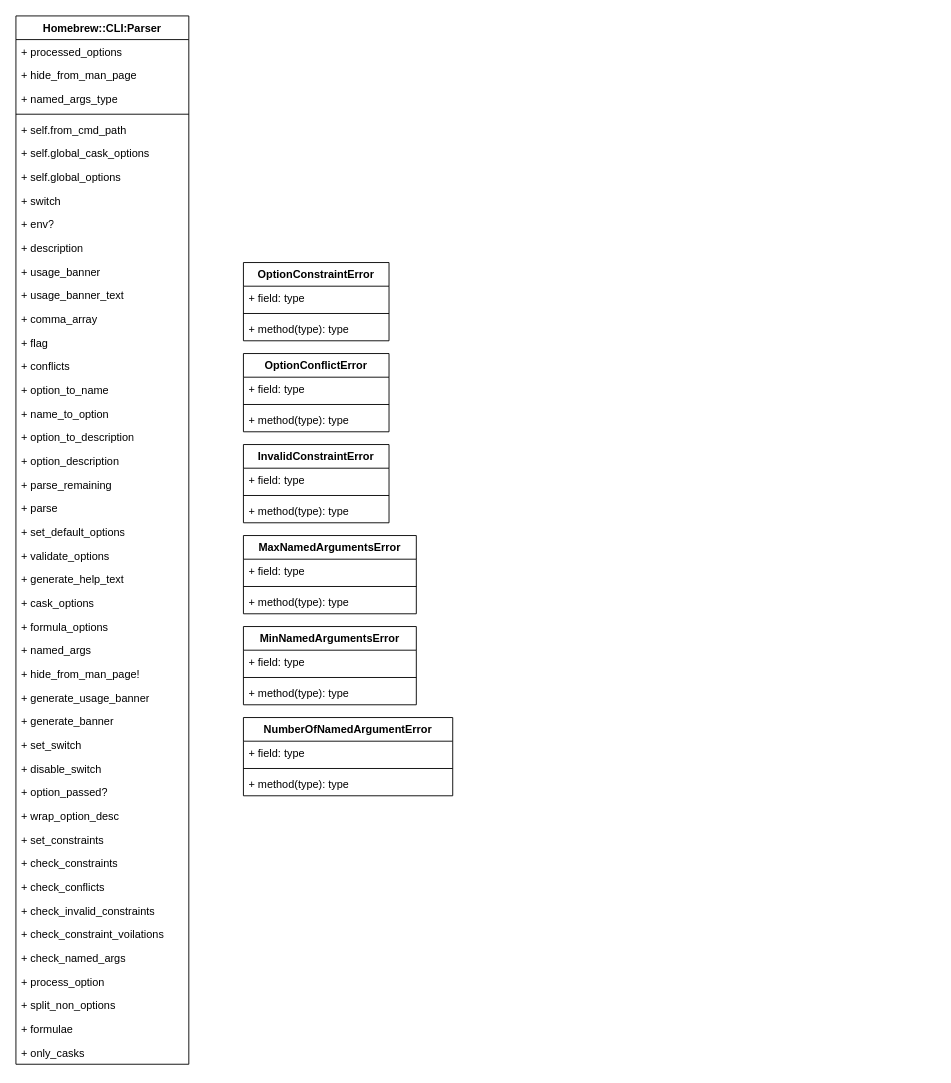
This is homebrew-cli.drawio from baochuquan/drawio, a draw.io file, before an edit. Source tidied: cells renumbered, new cells numbered last; positions are measured from the earlier drawing's top-left corner, leaving out a move shared by most shapes. Both pictures are drawn from the tidied source at 91%, with x=0, y=0 at pixel (15, 15).
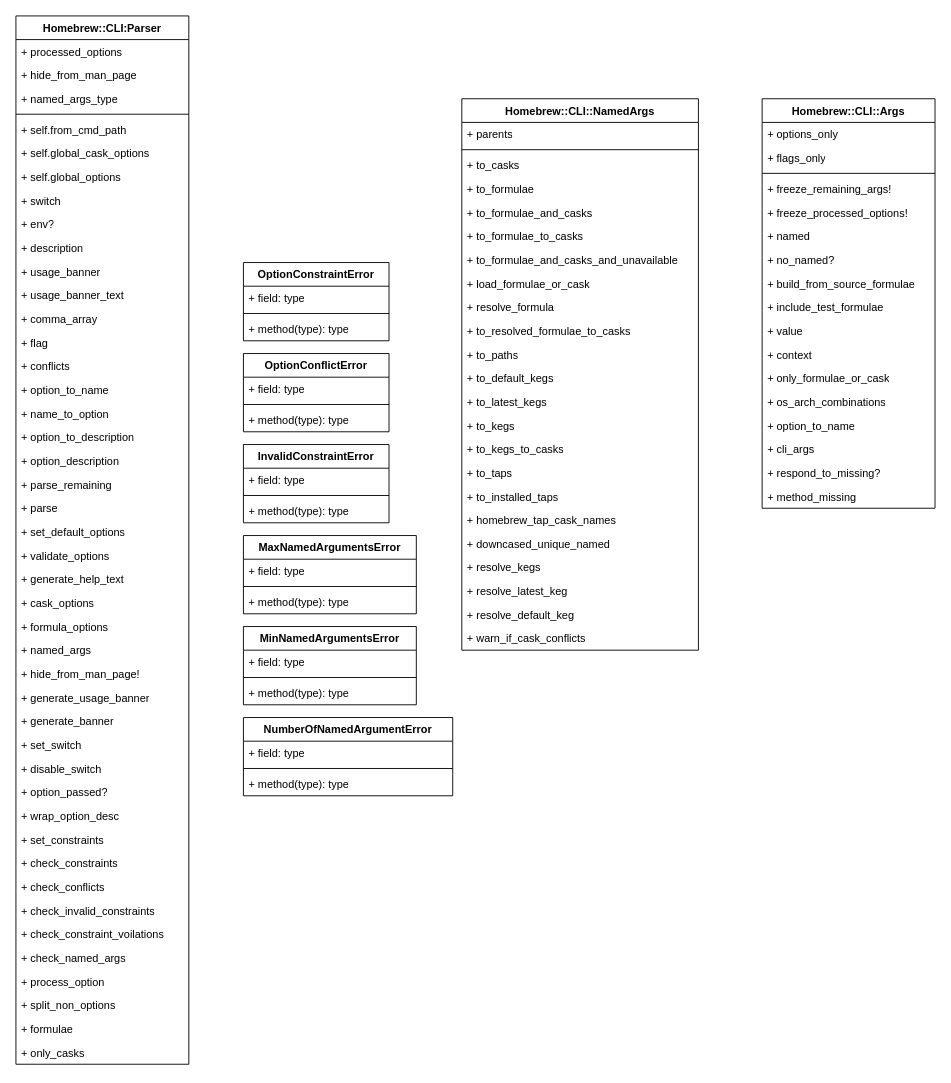
The same page after the edit.

Diff of the diagram source:
```diff
@@
+    <mxCell id="71" value="Homebrew::CLI::NamedArgs" style="swimlane;fontStyle=1;align=center;verticalAlign=top;horizontal=1;startSize=26;whiteSpace=wrap;html=1;" parent="1" vertex="1">
+      <mxGeometry x="490" y="91" width="260" height="606" as="geometry" />
+    </mxCell>
+    <mxCell id="72" value="+ parents" style="text;strokeColor=none;fillColor=none;align=left;verticalAlign=top;spacingLeft=4;spacingRight=4;overflow=hidden;whiteSpace=wrap;html=1;" parent="71" vertex="1">
+      <mxGeometry y="26" width="260" height="26" as="geometry" />
+    </mxCell>
+    <mxCell id="73" style="line;strokeWidth=1;fillColor=none;align=left;verticalAlign=middle;spacingTop=-1;spacingLeft=3;spacingRight=3;labelPosition=right;strokeColor=inherit;" parent="71" vertex="1">
+      <mxGeometry y="52" width="260" height="8" as="geometry" />
+    </mxCell>
+    <mxCell id="74" value="+ to_casks" style="text;strokeColor=none;fillColor=none;align=left;verticalAlign=top;spacingLeft=4;spacingRight=4;overflow=hidden;whiteSpace=wrap;html=1;" parent="71" vertex="1">
+      <mxGeometry y="60" width="260" height="26" as="geometry" />
+    </mxCell>
+    <mxCell id="75" value="+ to_formulae" style="text;strokeColor=none;fillColor=none;align=left;verticalAlign=top;spacingLeft=4;spacingRight=4;overflow=hidden;whiteSpace=wrap;html=1;" parent="71" vertex="1">
+      <mxGeometry y="86" width="260" height="26" as="geometry" />
+    </mxCell>
+    <mxCell id="76" value="+ to_formulae_and_casks" style="text;strokeColor=none;fillColor=none;align=left;verticalAlign=top;spacingLeft=4;spacingRight=4;overflow=hidden;whiteSpace=wrap;html=1;" parent="71" vertex="1">
+      <mxGeometry y="112" width="260" height="26" as="geometry" />
+    </mxCell>
+    <mxCell id="77" value="+ to_formulae_to_casks" style="text;strokeColor=none;fillColor=none;align=left;verticalAlign=top;spacingLeft=4;spacingRight=4;overflow=hidden;whiteSpace=wrap;html=1;" parent="71" vertex="1">
+      <mxGeometry y="138" width="260" height="26" as="geometry" />
+    </mxCell>
+    <mxCell id="78" value="+ to_formulae_and_casks_and_unavailable" style="text;strokeColor=none;fillColor=none;align=left;verticalAlign=top;spacingLeft=4;spacingRight=4;overflow=hidden;whiteSpace=wrap;html=1;" parent="71" vertex="1">
+      <mxGeometry y="164" width="260" height="26" as="geometry" />
+    </mxCell>
+    <mxCell id="79" value="+ load_formulae_or_cask" style="text;strokeColor=none;fillColor=none;align=left;verticalAlign=top;spacingLeft=4;spacingRight=4;overflow=hidden;whiteSpace=wrap;html=1;" parent="71" vertex="1">
+      <mxGeometry y="190" width="260" height="26" as="geometry" />
+    </mxCell>
+    <mxCell id="80" value="+ resolve_formula" style="text;strokeColor=none;fillColor=none;align=left;verticalAlign=top;spacingLeft=4;spacingRight=4;overflow=hidden;whiteSpace=wrap;html=1;" parent="71" vertex="1">
+      <mxGeometry y="216" width="260" height="26" as="geometry" />
+    </mxCell>
+    <mxCell id="81" value="+ to_resolved_formulae_to_casks" style="text;strokeColor=none;fillColor=none;align=left;verticalAlign=top;spacingLeft=4;spacingRight=4;overflow=hidden;whiteSpace=wrap;html=1;" parent="71" vertex="1">
+      <mxGeometry y="242" width="260" height="26" as="geometry" />
+    </mxCell>
+    <mxCell id="82" value="+ to_paths" style="text;strokeColor=none;fillColor=none;align=left;verticalAlign=top;spacingLeft=4;spacingRight=4;overflow=hidden;whiteSpace=wrap;html=1;" parent="71" vertex="1">
+      <mxGeometry y="268" width="260" height="26" as="geometry" />
+    </mxCell>
+    <mxCell id="83" value="+ to_default_kegs" style="text;strokeColor=none;fillColor=none;align=left;verticalAlign=top;spacingLeft=4;spacingRight=4;overflow=hidden;whiteSpace=wrap;html=1;" parent="71" vertex="1">
+      <mxGeometry y="294" width="260" height="26" as="geometry" />
+    </mxCell>
+    <mxCell id="84" value="+ to_latest_kegs" style="text;strokeColor=none;fillColor=none;align=left;verticalAlign=top;spacingLeft=4;spacingRight=4;overflow=hidden;whiteSpace=wrap;html=1;" parent="71" vertex="1">
+      <mxGeometry y="320" width="260" height="26" as="geometry" />
+    </mxCell>
+    <mxCell id="85" value="+ to_kegs" style="text;strokeColor=none;fillColor=none;align=left;verticalAlign=top;spacingLeft=4;spacingRight=4;overflow=hidden;whiteSpace=wrap;html=1;" parent="71" vertex="1">
+      <mxGeometry y="346" width="260" height="26" as="geometry" />
+    </mxCell>
+    <mxCell id="86" value="+ to_kegs_to_casks" style="text;strokeColor=none;fillColor=none;align=left;verticalAlign=top;spacingLeft=4;spacingRight=4;overflow=hidden;whiteSpace=wrap;html=1;" parent="71" vertex="1">
+      <mxGeometry y="372" width="260" height="26" as="geometry" />
+    </mxCell>
+    <mxCell id="87" value="+ to_taps" style="text;strokeColor=none;fillColor=none;align=left;verticalAlign=top;spacingLeft=4;spacingRight=4;overflow=hidden;whiteSpace=wrap;html=1;" parent="71" vertex="1">
+      <mxGeometry y="398" width="260" height="26" as="geometry" />
+    </mxCell>
+    <mxCell id="88" value="+ to_installed_taps" style="text;strokeColor=none;fillColor=none;align=left;verticalAlign=top;spacingLeft=4;spacingRight=4;overflow=hidden;whiteSpace=wrap;html=1;" parent="71" vertex="1">
+      <mxGeometry y="424" width="260" height="26" as="geometry" />
+    </mxCell>
+    <mxCell id="89" value="+ homebrew_tap_cask_names" style="text;strokeColor=none;fillColor=none;align=left;verticalAlign=top;spacingLeft=4;spacingRight=4;overflow=hidden;whiteSpace=wrap;html=1;" parent="71" vertex="1">
+      <mxGeometry y="450" width="260" height="26" as="geometry" />
+    </mxCell>
+    <mxCell id="90" value="+ downcased_unique_named" style="text;strokeColor=none;fillColor=none;align=left;verticalAlign=top;spacingLeft=4;spacingRight=4;overflow=hidden;whiteSpace=wrap;html=1;" parent="71" vertex="1">
+      <mxGeometry y="476" width="260" height="26" as="geometry" />
+    </mxCell>
+    <mxCell id="91" value="+ resolve_kegs" style="text;strokeColor=none;fillColor=none;align=left;verticalAlign=top;spacingLeft=4;spacingRight=4;overflow=hidden;whiteSpace=wrap;html=1;" parent="71" vertex="1">
+      <mxGeometry y="502" width="260" height="26" as="geometry" />
+    </mxCell>
+    <mxCell id="92" value="+ resolve_latest_keg" style="text;strokeColor=none;fillColor=none;align=left;verticalAlign=top;spacingLeft=4;spacingRight=4;overflow=hidden;whiteSpace=wrap;html=1;" parent="71" vertex="1">
+      <mxGeometry y="528" width="260" height="26" as="geometry" />
+    </mxCell>
+    <mxCell id="93" value="+ resolve_default_keg" style="text;strokeColor=none;fillColor=none;align=left;verticalAlign=top;spacingLeft=4;spacingRight=4;overflow=hidden;whiteSpace=wrap;html=1;" parent="71" vertex="1">
+      <mxGeometry y="554" width="260" height="26" as="geometry" />
+    </mxCell>
+    <mxCell id="94" value="+ warn_if_cask_conflicts" style="text;strokeColor=none;fillColor=none;align=left;verticalAlign=top;spacingLeft=4;spacingRight=4;overflow=hidden;whiteSpace=wrap;html=1;" parent="71" vertex="1">
+      <mxGeometry y="580" width="260" height="26" as="geometry" />
+    </mxCell>
+    <mxCell id="95" value="Homebrew::CLI::Args" style="swimlane;fontStyle=1;align=center;verticalAlign=top;horizontal=1;startSize=26;whiteSpace=wrap;html=1;" parent="1" vertex="1">
+      <mxGeometry x="820" y="91" width="190" height="450" as="geometry" />
+    </mxCell>
+    <mxCell id="96" value="+ options_only" style="text;strokeColor=none;fillColor=none;align=left;verticalAlign=top;spacingLeft=4;spacingRight=4;overflow=hidden;whiteSpace=wrap;html=1;" parent="95" vertex="1">
+      <mxGeometry y="26" width="190" height="26" as="geometry" />
+    </mxCell>
+    <mxCell id="97" value="+ flags_only" style="text;strokeColor=none;fillColor=none;align=left;verticalAlign=top;spacingLeft=4;spacingRight=4;overflow=hidden;whiteSpace=wrap;html=1;" parent="95" vertex="1">
+      <mxGeometry y="52" width="190" height="26" as="geometry" />
+    </mxCell>
+    <mxCell id="98" style="line;strokeWidth=1;fillColor=none;align=left;verticalAlign=middle;spacingTop=-1;spacingLeft=3;spacingRight=3;labelPosition=right;strokeColor=inherit;" parent="95" vertex="1">
+      <mxGeometry y="78" width="190" height="8" as="geometry" />
+    </mxCell>
+    <mxCell id="99" value="+ freeze_remaining_args!" style="text;strokeColor=none;fillColor=none;align=left;verticalAlign=top;spacingLeft=4;spacingRight=4;overflow=hidden;whiteSpace=wrap;html=1;" parent="95" vertex="1">
+      <mxGeometry y="86" width="190" height="26" as="geometry" />
+    </mxCell>
+    <mxCell id="100" value="+ freeze_processed_options!" style="text;strokeColor=none;fillColor=none;align=left;verticalAlign=top;spacingLeft=4;spacingRight=4;overflow=hidden;whiteSpace=wrap;html=1;" parent="95" vertex="1">
+      <mxGeometry y="112" width="190" height="26" as="geometry" />
+    </mxCell>
+    <mxCell id="101" value="+ named" style="text;strokeColor=none;fillColor=none;align=left;verticalAlign=top;spacingLeft=4;spacingRight=4;overflow=hidden;whiteSpace=wrap;html=1;" parent="95" vertex="1">
+      <mxGeometry y="138" width="190" height="26" as="geometry" />
+    </mxCell>
+    <mxCell id="102" value="+ no_named?" style="text;strokeColor=none;fillColor=none;align=left;verticalAlign=top;spacingLeft=4;spacingRight=4;overflow=hidden;whiteSpace=wrap;html=1;" parent="95" vertex="1">
+      <mxGeometry y="164" width="190" height="26" as="geometry" />
+    </mxCell>
+    <mxCell id="103" value="+ build_from_source_formulae" style="text;strokeColor=none;fillColor=none;align=left;verticalAlign=top;spacingLeft=4;spacingRight=4;overflow=hidden;whiteSpace=wrap;html=1;" parent="95" vertex="1">
+      <mxGeometry y="190" width="190" height="26" as="geometry" />
+    </mxCell>
+    <mxCell id="104" value="+ include_test_formulae" style="text;strokeColor=none;fillColor=none;align=left;verticalAlign=top;spacingLeft=4;spacingRight=4;overflow=hidden;whiteSpace=wrap;html=1;" parent="95" vertex="1">
+      <mxGeometry y="216" width="190" height="26" as="geometry" />
+    </mxCell>
+    <mxCell id="105" value="+ value" style="text;strokeColor=none;fillColor=none;align=left;verticalAlign=top;spacingLeft=4;spacingRight=4;overflow=hidden;whiteSpace=wrap;html=1;" parent="95" vertex="1">
+      <mxGeometry y="242" width="190" height="26" as="geometry" />
+    </mxCell>
+    <mxCell id="106" value="+ context" style="text;strokeColor=none;fillColor=none;align=left;verticalAlign=top;spacingLeft=4;spacingRight=4;overflow=hidden;whiteSpace=wrap;html=1;" parent="95" vertex="1">
+      <mxGeometry y="268" width="190" height="26" as="geometry" />
+    </mxCell>
+    <mxCell id="107" value="+ only_formulae_or_cask" style="text;strokeColor=none;fillColor=none;align=left;verticalAlign=top;spacingLeft=4;spacingRight=4;overflow=hidden;whiteSpace=wrap;html=1;" parent="95" vertex="1">
+      <mxGeometry y="294" width="190" height="26" as="geometry" />
+    </mxCell>
+    <mxCell id="108" value="+ os_arch_combinations" style="text;strokeColor=none;fillColor=none;align=left;verticalAlign=top;spacingLeft=4;spacingRight=4;overflow=hidden;whiteSpace=wrap;html=1;" parent="95" vertex="1">
+      <mxGeometry y="320" width="190" height="26" as="geometry" />
+    </mxCell>
+    <mxCell id="109" value="+ option_to_name" style="text;strokeColor=none;fillColor=none;align=left;verticalAlign=top;spacingLeft=4;spacingRight=4;overflow=hidden;whiteSpace=wrap;html=1;" parent="95" vertex="1">
+      <mxGeometry y="346" width="190" height="26" as="geometry" />
+    </mxCell>
+    <mxCell id="110" value="+ cli_args" style="text;strokeColor=none;fillColor=none;align=left;verticalAlign=top;spacingLeft=4;spacingRight=4;overflow=hidden;whiteSpace=wrap;html=1;" parent="95" vertex="1">
+      <mxGeometry y="372" width="190" height="26" as="geometry" />
+    </mxCell>
+    <mxCell id="111" value="+ respond_to_missing?" style="text;strokeColor=none;fillColor=none;align=left;verticalAlign=top;spacingLeft=4;spacingRight=4;overflow=hidden;whiteSpace=wrap;html=1;" parent="95" vertex="1">
+      <mxGeometry y="398" width="190" height="26" as="geometry" />
+    </mxCell>
+    <mxCell id="112" value="+ method_missing" style="text;strokeColor=none;fillColor=none;align=left;verticalAlign=top;spacingLeft=4;spacingRight=4;overflow=hidden;whiteSpace=wrap;html=1;" parent="95" vertex="1">
+      <mxGeometry y="424" width="190" height="26" as="geometry" />
+    </mxCell>
```
